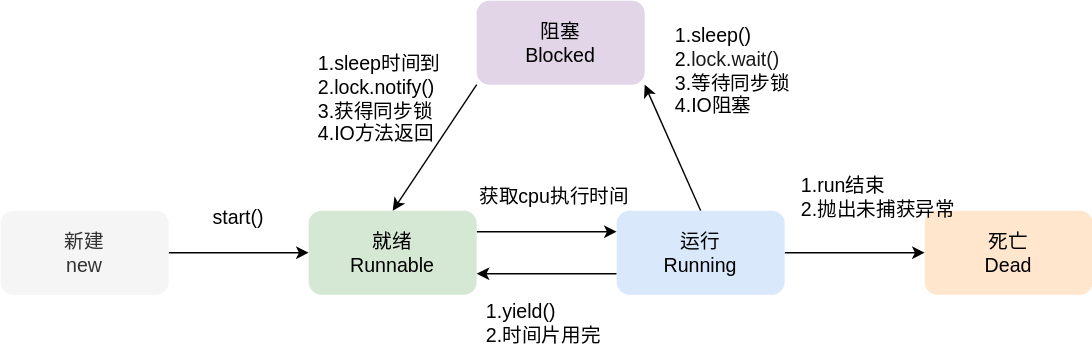
Above: assets/drawio/线程的状态.svg in zhanjixun/zhanjixun.github.io (draw.io), before the change. Source tidied: cells renumbered, new cells last; positions are measured from the earlier drawing's top-left corner, leaving out a move shared by most shapes.
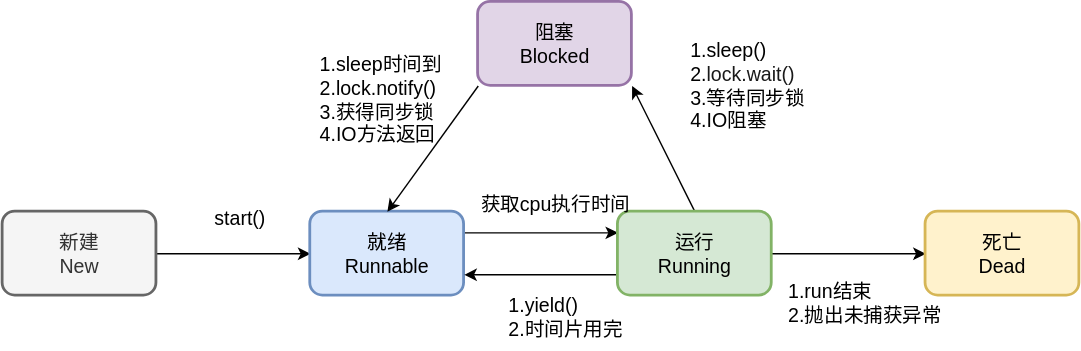
Above is the later version.

The edit, as a diff of the source:
```diff
@@ -2,55 +2,55 @@
   <root>
     <mxCell id="0" />
     <mxCell id="1" parent="0" />
-    <mxCell id="2" style="edgeStyle=orthogonalEdgeStyle;rounded=0;jettySize=auto;html=1;exitX=1;exitY=0.5;exitDx=0;exitDy=0;entryX=0;entryY=0.5;entryDx=0;entryDy=0;fontSize=14;" parent="1" edge="1" source="3" target="5">
+    <mxCell id="2" style="edgeStyle=orthogonalEdgeStyle;rounded=1;jettySize=auto;html=1;exitX=1;exitY=0.5;exitDx=0;exitDy=0;entryX=0;entryY=0.5;entryDx=0;entryDy=0;fontSize=14;" parent="1" edge="1" source="3" target="5">
       <mxGeometry relative="1" as="geometry" />
     </mxCell>
-    <mxCell id="3" value="新建&lt;div&gt;new&lt;/div&gt;" style="rounded=1;whiteSpace=wrap;html=1;fontSize=14;fillColor=#f5f5f5;fontColor=#333333;strokeColor=none;" parent="1" vertex="1">
-      <mxGeometry y="150" width="120" height="60" as="geometry" />
+    <mxCell id="3" value="新建&lt;div&gt;New&lt;/div&gt;" style="rounded=1;whiteSpace=wrap;html=1;fontSize=14;fillColor=#f5f5f5;fontColor=#333333;strokeColor=#666666;strokeWidth=2;" parent="1" vertex="1">
+      <mxGeometry y="150" width="110" height="60" as="geometry" />
     </mxCell>
-    <mxCell id="4" style="edgeStyle=orthogonalEdgeStyle;rounded=0;jettySize=auto;html=1;exitX=1;exitY=0.25;exitDx=0;exitDy=0;entryX=0;entryY=0.25;entryDx=0;entryDy=0;fontSize=14;" parent="1" edge="1" source="5" target="9">
+    <mxCell id="4" style="edgeStyle=orthogonalEdgeStyle;rounded=1;jettySize=auto;html=1;exitX=1;exitY=0.25;exitDx=0;exitDy=0;entryX=0;entryY=0.25;entryDx=0;entryDy=0;fontSize=14;" parent="1" edge="1" source="5" target="9">
       <mxGeometry relative="1" as="geometry" />
     </mxCell>
-    <mxCell id="5" value="就绪&lt;div&gt;Runnable&lt;/div&gt;" style="rounded=1;whiteSpace=wrap;html=1;fontSize=14;fillColor=#d5e8d4;strokeColor=none;" parent="1" vertex="1">
-      <mxGeometry x="220" y="150" width="120" height="60" as="geometry" />
+    <mxCell id="5" value="就绪&lt;div&gt;Runnable&lt;/div&gt;" style="rounded=1;whiteSpace=wrap;html=1;fontSize=14;fillColor=#dae8fc;strokeColor=#6c8ebf;strokeWidth=2;" parent="1" vertex="1">
+      <mxGeometry x="220" y="150" width="110" height="60" as="geometry" />
     </mxCell>
-    <mxCell id="6" style="edgeStyle=orthogonalEdgeStyle;rounded=0;jettySize=auto;html=1;exitX=0;exitY=0.75;exitDx=0;exitDy=0;entryX=1;entryY=0.75;entryDx=0;entryDy=0;fontSize=14;" parent="1" edge="1" source="9" target="5">
+    <mxCell id="6" style="edgeStyle=orthogonalEdgeStyle;rounded=1;jettySize=auto;html=1;exitX=0;exitY=0.75;exitDx=0;exitDy=0;entryX=1;entryY=0.75;entryDx=0;entryDy=0;fontSize=14;" parent="1" edge="1" source="9" target="5">
       <mxGeometry relative="1" as="geometry" />
     </mxCell>
-    <mxCell id="7" style="edgeStyle=orthogonalEdgeStyle;rounded=0;jettySize=auto;html=1;exitX=1;exitY=0.5;exitDx=0;exitDy=0;entryX=0;entryY=0.5;entryDx=0;entryDy=0;fontSize=14;" parent="1" edge="1" source="9" target="10">
+    <mxCell id="7" style="edgeStyle=orthogonalEdgeStyle;rounded=1;jettySize=auto;html=1;exitX=1;exitY=0.5;exitDx=0;exitDy=0;entryX=0;entryY=0.5;entryDx=0;entryDy=0;fontSize=14;" parent="1" edge="1" source="9" target="10">
       <mxGeometry relative="1" as="geometry" />
     </mxCell>
-    <mxCell id="8" style="rounded=0;jettySize=auto;html=1;exitX=0.5;exitY=0;exitDx=0;exitDy=0;entryX=1;entryY=1;entryDx=0;entryDy=0;fontSize=14;" parent="1" edge="1" source="9" target="12">
+    <mxCell id="8" style="rounded=1;jettySize=auto;html=1;exitX=0.5;exitY=0;exitDx=0;exitDy=0;entryX=1;entryY=1;entryDx=0;entryDy=0;fontSize=14;" parent="1" edge="1" source="9" target="12">
       <mxGeometry relative="1" as="geometry" />
     </mxCell>
-    <mxCell id="9" value="运行&lt;div&gt;Running&lt;/div&gt;" style="rounded=1;whiteSpace=wrap;html=1;fontSize=14;fillColor=#dae8fc;strokeColor=none;" parent="1" vertex="1">
-      <mxGeometry x="440" y="150" width="120" height="60" as="geometry" />
+    <mxCell id="9" value="运行&lt;div&gt;Running&lt;/div&gt;" style="rounded=1;whiteSpace=wrap;html=1;fontSize=14;fillColor=#d5e8d4;strokeColor=#82b366;strokeWidth=2;" parent="1" vertex="1">
+      <mxGeometry x="440" y="150" width="110" height="60" as="geometry" />
     </mxCell>
-    <mxCell id="10" value="死亡&lt;div&gt;Dead&lt;/div&gt;" style="rounded=1;whiteSpace=wrap;html=1;fontSize=14;fillColor=#ffe6cc;strokeColor=none;" parent="1" vertex="1">
-      <mxGeometry x="660" y="150" width="120" height="60" as="geometry" />
+    <mxCell id="10" value="死亡&lt;div&gt;Dead&lt;/div&gt;" style="rounded=1;whiteSpace=wrap;html=1;fontSize=14;fillColor=#fff2cc;strokeColor=#d6b656;strokeWidth=2;" parent="1" vertex="1">
+      <mxGeometry x="660" y="150" width="110" height="60" as="geometry" />
     </mxCell>
-    <mxCell id="11" style="rounded=0;jettySize=auto;html=1;exitX=0;exitY=1;exitDx=0;exitDy=0;strokeColor=default;entryX=0.5;entryY=0;entryDx=0;entryDy=0;fontSize=14;" parent="1" edge="1" source="12" target="5">
+    <mxCell id="11" style="rounded=1;jettySize=auto;html=1;exitX=0;exitY=1;exitDx=0;exitDy=0;strokeColor=default;entryX=0.5;entryY=0;entryDx=0;entryDy=0;fontSize=14;curved=1;" parent="1" edge="1" source="12" target="5">
       <mxGeometry relative="1" as="geometry" />
     </mxCell>
-    <mxCell id="12" value="阻塞&lt;div&gt;Blocked&lt;/div&gt;" style="rounded=1;whiteSpace=wrap;html=1;fontSize=14;fillColor=#e1d5e7;strokeColor=none;" parent="1" vertex="1">
-      <mxGeometry x="340" width="120" height="60" as="geometry" />
+    <mxCell id="12" value="阻塞&lt;div&gt;Blocked&lt;/div&gt;" style="rounded=1;whiteSpace=wrap;html=1;fontSize=14;fillColor=#e1d5e7;strokeColor=#9673a6;strokeWidth=2;" parent="1" vertex="1">
+      <mxGeometry x="340" width="110" height="60" as="geometry" />
     </mxCell>
-    <mxCell id="13" value="start()" style="text;html=1;align=center;verticalAlign=middle;whiteSpace=wrap;rounded=0;fontSize=14;" parent="1" vertex="1">
+    <mxCell id="13" value="start()" style="text;html=1;align=center;verticalAlign=middle;whiteSpace=wrap;rounded=1;fontSize=14;" parent="1" vertex="1">
       <mxGeometry x="140" y="140" width="60" height="30" as="geometry" />
     </mxCell>
-    <mxCell id="14" value="获取cpu执行时间" style="text;html=1;align=center;verticalAlign=middle;strokeColor=none;fillColor=none;fontSize=14;" parent="1" vertex="1">
-      <mxGeometry x="330" y="125" width="130" height="30" as="geometry" />
+    <mxCell id="14" value="获取cpu执行时间" style="text;html=1;align=center;verticalAlign=middle;strokeColor=none;fillColor=none;fontSize=14;rounded=1;" parent="1" vertex="1">
+      <mxGeometry x="330" y="130" width="130" height="30" as="geometry" />
     </mxCell>
-    <mxCell id="15" value="1.yield()&lt;div&gt;2.时间片用完&lt;/div&gt;" style="text;html=1;align=left;verticalAlign=middle;strokeColor=none;fillColor=none;fontSize=14;" parent="1" vertex="1">
-      <mxGeometry x="345" y="205" width="110" height="50" as="geometry" />
+    <mxCell id="15" value="1.yield()&lt;div&gt;2.时间片用完&lt;/div&gt;" style="text;html=1;align=left;verticalAlign=middle;strokeColor=none;fillColor=none;fontSize=14;rounded=1;" parent="1" vertex="1">
+      <mxGeometry x="360" y="200" width="110" height="50" as="geometry" />
     </mxCell>
-    <mxCell id="16" value="1.run结束&lt;div&gt;2.抛出未捕获异常&lt;/div&gt;" style="text;html=1;align=left;verticalAlign=middle;strokeColor=none;fillColor=none;fontSize=14;" parent="1" vertex="1">
-      <mxGeometry x="570" y="115" width="130" height="50" as="geometry" />
+    <mxCell id="16" value="1.run结束&lt;div&gt;2.抛出未捕获异常&lt;/div&gt;" style="text;html=1;align=left;verticalAlign=middle;strokeColor=none;fillColor=none;fontSize=14;rounded=1;" parent="1" vertex="1">
+      <mxGeometry x="560" y="190" width="130" height="50" as="geometry" />
     </mxCell>
-    <mxCell id="17" value="&lt;span style=&quot;background-color: light-dark(#ffffff, var(--ge-dark-color, #121212));&quot;&gt;&lt;font face=&quot;Helvetica&quot;&gt;1.sleep()&lt;/font&gt;&lt;/span&gt;&lt;div&gt;&lt;span style=&quot;background-color: light-dark(#ffffff, var(--ge-dark-color, #121212));&quot;&gt;&lt;font face=&quot;Helvetica&quot;&gt;2.&lt;span style=&quot;color: rgba(0, 0, 0, 0.9); text-wrap-mode: wrap;&quot;&gt;lock.wait()&lt;/span&gt;&lt;/font&gt;&lt;/span&gt;&lt;/div&gt;&lt;div&gt;&lt;span style=&quot;background-color: light-dark(#ffffff, var(--ge-dark-color, #121212));&quot;&gt;&lt;font face=&quot;Helvetica&quot;&gt;3.等待同步锁&lt;/font&gt;&lt;/span&gt;&lt;/div&gt;&lt;div&gt;&lt;span style=&quot;background-color: light-dark(#ffffff, var(--ge-dark-color, #121212));&quot;&gt;&lt;font face=&quot;Helvetica&quot;&gt;4.IO阻塞&lt;/font&gt;&lt;/span&gt;&lt;/div&gt;" style="text;html=1;align=left;verticalAlign=middle;strokeColor=none;fillColor=none;fontSize=14;" parent="1" vertex="1">
-      <mxGeometry x="480" y="10" width="110" height="80" as="geometry" />
+    <mxCell id="17" value="&lt;span style=&quot;background-color: light-dark(#ffffff, var(--ge-dark-color, #121212));&quot;&gt;&lt;font face=&quot;Helvetica&quot;&gt;1.sleep()&lt;/font&gt;&lt;/span&gt;&lt;div&gt;&lt;span style=&quot;background-color: light-dark(#ffffff, var(--ge-dark-color, #121212));&quot;&gt;&lt;font face=&quot;Helvetica&quot;&gt;2.&lt;span style=&quot;color: rgba(0, 0, 0, 0.9); text-wrap-mode: wrap;&quot;&gt;lock.wait()&lt;/span&gt;&lt;/font&gt;&lt;/span&gt;&lt;/div&gt;&lt;div&gt;&lt;span style=&quot;background-color: light-dark(#ffffff, var(--ge-dark-color, #121212));&quot;&gt;&lt;font face=&quot;Helvetica&quot;&gt;3.等待同步锁&lt;/font&gt;&lt;/span&gt;&lt;/div&gt;&lt;div&gt;&lt;span style=&quot;background-color: light-dark(#ffffff, var(--ge-dark-color, #121212));&quot;&gt;&lt;font face=&quot;Helvetica&quot;&gt;4.IO阻塞&lt;/font&gt;&lt;/span&gt;&lt;/div&gt;" style="text;html=1;align=left;verticalAlign=middle;strokeColor=none;fillColor=none;fontSize=14;rounded=1;" parent="1" vertex="1">
+      <mxGeometry x="490" y="20" width="110" height="80" as="geometry" />
     </mxCell>
-    <mxCell id="18" value="1.sleep时间到&lt;div&gt;2.lock.notify()&lt;/div&gt;&lt;div&gt;3.获得同步锁&lt;/div&gt;&lt;div&gt;4.IO方法返回&lt;/div&gt;" style="text;html=1;align=left;verticalAlign=middle;strokeColor=none;fillColor=none;fontSize=14;" parent="1" vertex="1">
+    <mxCell id="18" value="1.sleep时间到&lt;div&gt;2.lock.notify()&lt;/div&gt;&lt;div&gt;3.获得同步锁&lt;/div&gt;&lt;div&gt;4.IO方法返回&lt;/div&gt;" style="text;html=1;align=left;verticalAlign=middle;strokeColor=none;fillColor=none;fontSize=14;rounded=1;" parent="1" vertex="1">
       <mxGeometry x="225" y="30" width="110" height="80" as="geometry" />
     </mxCell>
   </root>
```
